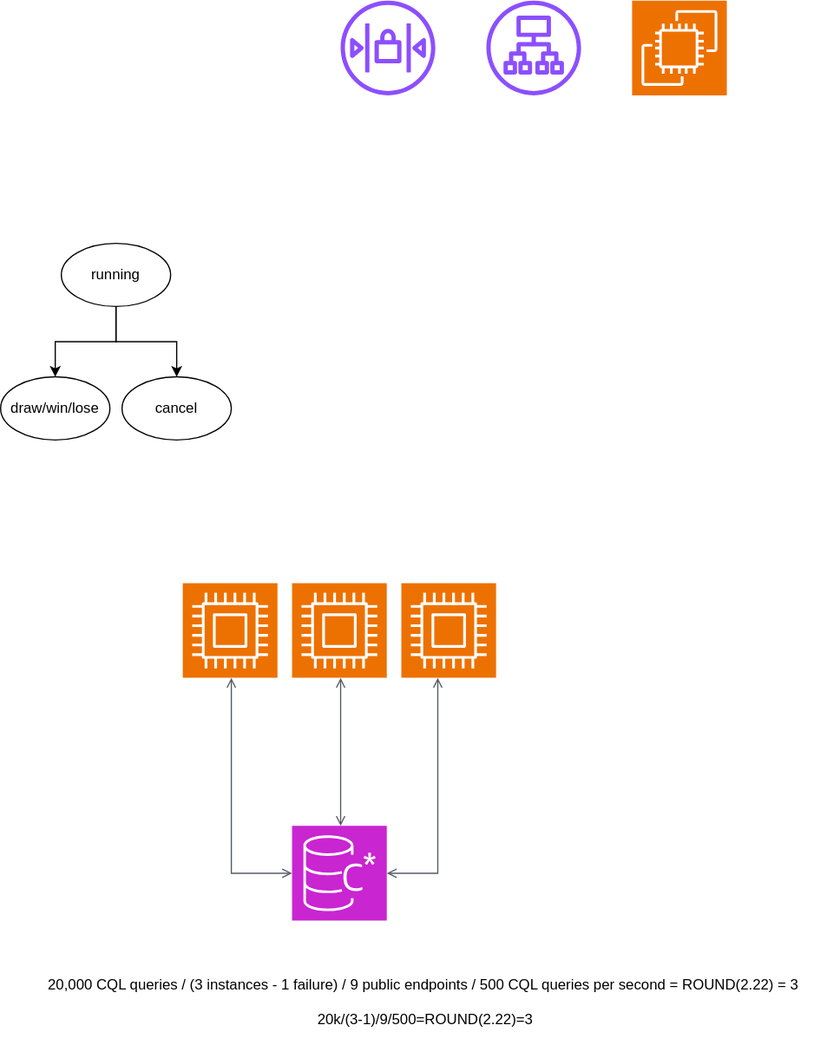
The draw.io diagram nio-lab.drawio.svg in TikTzuki/trade-test, before a commit. Source tidied: cells renumbered, new cells last; positions are measured from the earlier drawing's top-left corner, leaving out a move shared by most shapes.
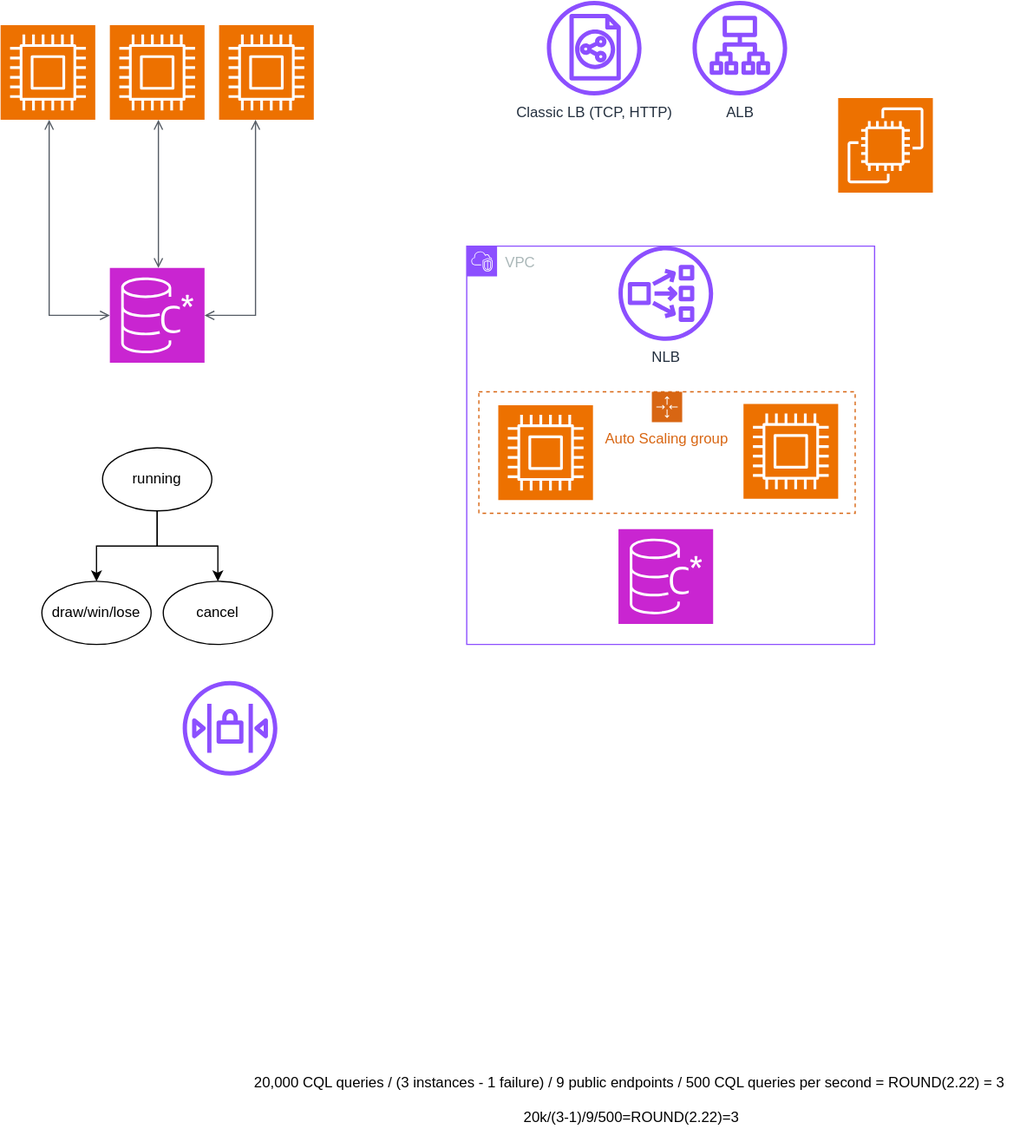
The same diagram one commit later.

Commit message:
🦆: design vpc

What changed in the source:
```diff
@@ -2,46 +2,43 @@
   <root>
     <mxCell id="0" />
     <mxCell id="1" parent="0" />
-    <mxCell id="2" style="sketch=0;fontColor=#232F3E;gradientColor=none;fillColor=#8C4FFF;strokeColor=none;dashed=0;verticalLabelPosition=bottom;verticalAlign=top;align=center;html=1;fontSize=12;fontStyle=0;shape=mxgraph.aws4.application_load_balancer;" parent="1" vertex="1">
-      <mxGeometry x="400" width="78" height="78" as="geometry" />
-    </mxCell>
     <mxCell id="3" style="sketch=0;fontColor=#232F3E;fillColor=#ED7100;strokeColor=#ffffff;dashed=0;verticalLabelPosition=bottom;verticalAlign=top;align=center;html=1;fontSize=12;fontStyle=0;shape=mxgraph.aws4.resourceIcon;resIcon=mxgraph.aws4.ec2;" parent="1" vertex="1">
       <mxGeometry x="520" width="78" height="78" as="geometry" />
     </mxCell>
     <mxCell id="4" style="sketch=0;points=[[0,0,0],[0.25,0,0],[0.5,0,0],[0.75,0,0],[1,0,0],[0,1,0],[0.25,1,0],[0.5,1,0],[0.75,1,0],[1,1,0],[0,0.25,0],[0,0.5,0],[0,0.75,0],[1,0.25,0],[1,0.5,0],[1,0.75,0]];outlineConnect=0;fontColor=#232F3E;fillColor=#ED7100;strokeColor=#ffffff;dashed=0;verticalLabelPosition=bottom;verticalAlign=top;align=center;html=1;fontSize=12;fontStyle=0;shape=mxgraph.aws4.resourceIcon;resIcon=mxgraph.aws4.compute;" parent="1" vertex="1">
-      <mxGeometry x="150" y="480" width="78" height="78" as="geometry" />
+      <mxGeometry x="-170" y="-60" width="78" height="78" as="geometry" />
     </mxCell>
     <mxCell id="5" style="sketch=0;fontColor=#232F3E;gradientColor=none;fillColor=#8C4FFF;strokeColor=none;dashed=0;verticalLabelPosition=bottom;verticalAlign=top;align=center;html=1;fontSize=12;fontStyle=0;shape=mxgraph.aws4.network_access_control_list;" parent="1" vertex="1">
-      <mxGeometry x="280" width="78" height="78" as="geometry" />
+      <mxGeometry x="-20" y="480" width="78" height="78" as="geometry" />
     </mxCell>
     <mxCell id="6" style="sketch=0;points=[[0,0,0],[0.25,0,0],[0.5,0,0],[0.75,0,0],[1,0,0],[0,1,0],[0.25,1,0],[0.5,1,0],[0.75,1,0],[1,1,0],[0,0.25,0],[0,0.5,0],[0,0.75,0],[1,0.25,0],[1,0.5,0],[1,0.75,0]];outlineConnect=0;fontColor=#232F3E;fillColor=#ED7100;strokeColor=#ffffff;dashed=0;verticalLabelPosition=bottom;verticalAlign=top;align=center;html=1;fontSize=12;fontStyle=0;shape=mxgraph.aws4.resourceIcon;resIcon=mxgraph.aws4.compute;" parent="1" vertex="1">
-      <mxGeometry x="240" y="480" width="78" height="78" as="geometry" />
+      <mxGeometry x="-80" y="-60" width="78" height="78" as="geometry" />
     </mxCell>
     <mxCell id="7" style="sketch=0;points=[[0,0,0],[0.25,0,0],[0.5,0,0],[0.75,0,0],[1,0,0],[0,1,0],[0.25,1,0],[0.5,1,0],[0.75,1,0],[1,1,0],[0,0.25,0],[0,0.5,0],[0,0.75,0],[1,0.25,0],[1,0.5,0],[1,0.75,0]];outlineConnect=0;fontColor=#232F3E;fillColor=#ED7100;strokeColor=#ffffff;dashed=0;verticalLabelPosition=bottom;verticalAlign=top;align=center;html=1;fontSize=12;fontStyle=0;shape=mxgraph.aws4.resourceIcon;resIcon=mxgraph.aws4.compute;" parent="1" vertex="1">
-      <mxGeometry x="330" y="480" width="78" height="78" as="geometry" />
+      <mxGeometry x="10" y="-60" width="78" height="78" as="geometry" />
     </mxCell>
     <mxCell id="8" style="sketch=0;points=[[0,0,0],[0.25,0,0],[0.5,0,0],[0.75,0,0],[1,0,0],[0,1,0],[0.25,1,0],[0.5,1,0],[0.75,1,0],[1,1,0],[0,0.25,0],[0,0.5,0],[0,0.75,0],[1,0.25,0],[1,0.5,0],[1,0.75,0]];outlineConnect=0;fontColor=#232F3E;fillColor=#C925D1;strokeColor=#ffffff;dashed=0;verticalLabelPosition=bottom;verticalAlign=top;align=center;html=1;fontSize=12;fontStyle=0;shape=mxgraph.aws4.resourceIcon;resIcon=mxgraph.aws4.keyspaces;" parent="1" vertex="1">
-      <mxGeometry x="240" y="680" width="78" height="78" as="geometry" />
+      <mxGeometry x="-80" y="140" width="78" height="78" as="geometry" />
     </mxCell>
     <mxCell id="9" style="edgeStyle=orthogonalEdgeStyle;htmDepartman barl=1;endArrow=open;elbow=vertical;startArrow=open;startFill=0;endFill=0;strokeColor=#545B64;rounded=0;" parent="1" edge="1" source="4" target="8">
       <mxGeometry relative="1" as="geometry">
         <Array as="points">
-          <mxPoint x="190" y="719" />
+          <mxPoint x="-130" y="179" />
         </Array>
       </mxGeometry>
     </mxCell>
     <mxCell id="10" style="edgeStyle=orthogonalEdgeStyle;htmDepartman barl=1;endArrow=open;elbow=vertical;startArrow=open;startFill=0;endFill=0;strokeColor=#545B64;rounded=0;" parent="1" edge="1" source="6" target="8">
       <mxGeometry relative="1" as="geometry">
         <Array as="points">
-          <mxPoint x="280" y="630" />
-          <mxPoint x="280" y="630" />
+          <mxPoint x="-40" y="90" />
+          <mxPoint x="-40" y="90" />
         </Array>
       </mxGeometry>
     </mxCell>
     <mxCell id="11" style="edgeStyle=orthogonalEdgeStyle;htmDepartman barl=1;endArrow=open;elbow=vertical;startArrow=open;startFill=0;endFill=0;strokeColor=#545B64;rounded=0;" parent="1" edge="1" source="7" target="8">
       <mxGeometry relative="1" as="geometry">
         <Array as="points">
-          <mxPoint x="360" y="719" />
+          <mxPoint x="40" y="179" />
         </Array>
       </mxGeometry>
     </mxCell>
@@ -55,13 +52,37 @@
       <mxGeometry relative="1" as="geometry" />
     </mxCell>
     <mxCell id="15" value="running" style="ellipse;whiteSpace=wrap;html=1;" parent="1" vertex="1">
-      <mxGeometry x="50" y="200" width="90" height="52" as="geometry" />
+      <mxGeometry x="-86" y="288" width="90" height="52" as="geometry" />
     </mxCell>
     <mxCell id="16" value="cancel" style="ellipse;whiteSpace=wrap;html=1;" parent="1" vertex="1">
-      <mxGeometry x="100" y="310" width="90" height="52" as="geometry" />
+      <mxGeometry x="-36" y="398" width="90" height="52" as="geometry" />
     </mxCell>
     <mxCell id="17" value="draw/win/lose" style="ellipse;whiteSpace=wrap;html=1;" parent="1" vertex="1">
-      <mxGeometry y="310" width="90" height="52" as="geometry" />
+      <mxGeometry x="-136" y="398" width="90" height="52" as="geometry" />
     </mxCell>
+    <mxCell id="18" value="VPC" style="gradientColor=none;html=1;whiteSpace=wrap;fontSize=12;fontStyle=0;shape=mxgraph.aws4.group;grIcon=mxgraph.aws4.group_vpc2;strokeColor=#8C4FFF;fillColor=none;verticalAlign=top;align=left;spacingLeft=30;fontColor=#AAB7B8;dashed=0;" parent="1" vertex="1">
+      <mxGeometry x="214" y="122" width="336" height="328" as="geometry" />
+    </mxCell>
+    <mxCell id="19" value="Auto Scaling group" style="gradientColor=none;html=1;whiteSpace=wrap;fontSize=12;fontStyle=0;shape=mxgraph.aws4.groupCenter;grIcon=mxgraph.aws4.group_auto_scaling_group;grStroke=1;strokeColor=#D86613;fillColor=none;verticalAlign=top;align=center;fontColor=#D86613;dashed=1;spacingTop=25;" parent="18" vertex="1">
+      <mxGeometry x="10" y="120" width="310" height="100" as="geometry" />
+    </mxCell>
+    <mxCell id="20" style="sketch=0;fontColor=#232F3E;fillColor=#ED7100;strokeColor=#ffffff;dashed=0;verticalLabelPosition=bottom;verticalAlign=top;align=center;html=1;fontSize=12;fontStyle=0;shape=mxgraph.aws4.resourceIcon;resIcon=mxgraph.aws4.compute;" parent="19" vertex="1">
+      <mxGeometry x="16" y="11" width="78" height="78" as="geometry" />
+    </mxCell>
+    <mxCell id="21" style="sketch=0;fontColor=#232F3E;fillColor=#ED7100;strokeColor=#ffffff;dashed=0;verticalLabelPosition=bottom;verticalAlign=top;align=center;html=1;fontSize=12;fontStyle=0;shape=mxgraph.aws4.resourceIcon;resIcon=mxgraph.aws4.compute;" parent="19" vertex="1">
+      <mxGeometry x="218" y="10" width="78" height="78" as="geometry" />
+    </mxCell>
+    <mxCell id="22" style="sketch=0;fontColor=#232F3E;fillColor=#C925D1;strokeColor=#ffffff;dashed=0;verticalLabelPosition=bottom;verticalAlign=top;align=center;html=1;fontSize=12;fontStyle=0;shape=mxgraph.aws4.resourceIcon;resIcon=mxgraph.aws4.keyspaces;" parent="18" vertex="1">
+      <mxGeometry x="125" y="233" width="78" height="78" as="geometry" />
+    </mxCell>
+    <mxCell id="23" value="NLB" style="sketch=0;fontColor=#232F3E;gradientColor=none;fillColor=#8C4FFF;strokeColor=none;dashed=0;verticalLabelPosition=bottom;verticalAlign=top;align=center;html=1;fontSize=12;fontStyle=0;shape=mxgraph.aws4.network_load_balancer;" parent="18" vertex="1">
+      <mxGeometry x="125" width="78" height="78" as="geometry" />
+    </mxCell>
+    <mxCell id="2" value="ALB" style="sketch=0;fontColor=#232F3E;gradientColor=none;fillColor=#8C4FFF;strokeColor=none;dashed=0;verticalLabelPosition=bottom;verticalAlign=top;align=center;html=1;fontSize=12;fontStyle=0;shape=mxgraph.aws4.application_load_balancer;" parent="1" vertex="1">
+      <mxGeometry x="400" y="-80" width="78" height="78" as="geometry" />
+    </mxCell>
+    <mxCell id="24" value="Classic LB (TCP, HTTP)" style="sketch=0;fontColor=#232F3E;gradientColor=none;fillColor=#8C4FFF;strokeColor=none;dashed=0;verticalLabelPosition=bottom;verticalAlign=top;align=center;html=1;fontSize=12;fontStyle=0;shape=mxgraph.aws4.classic_load_balancer;" parent="1" vertex="1">
+      <mxGeometry x="280" y="-80" width="78" height="78" as="geometry" />
+    </mxCell>
   </root>
 </mxGraphModel>
```
